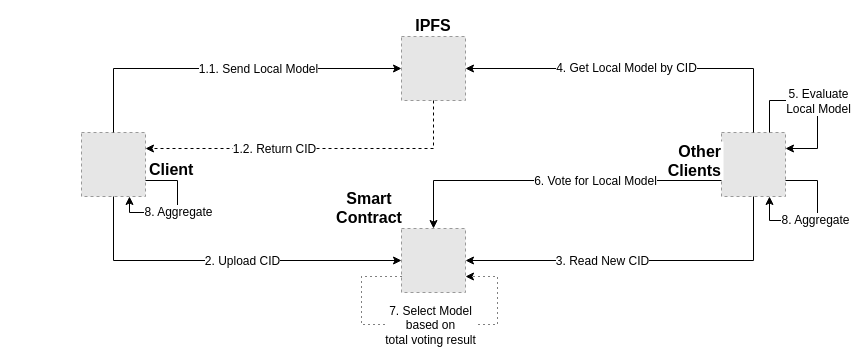
Earlier version of the draw.io diagram page "bcfl" (1 of 19) of .drawio (mducbg2000/crepe-dao). Source tidied: cells renumbered, new cells numbered last; positions are measured from the earlier drawing's top-left corner, leaving out a move shared by most shapes. Both pictures are drawn from the tidied source at 100%, with x=0, y=0 at pixel (81, 36). Pictures stored in the file or linked from it are replaced by grey dashed boxes.
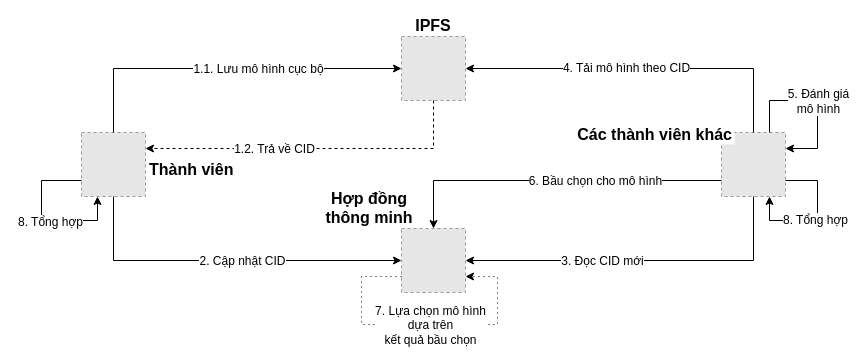
After the change.

Unchanged cells that the change refers to:
```xml
<mxCell id="6" style="endArrow=classic;html=1;rounded=0;exitX=0.5;exitY=0;exitDx=0;exitDy=0;entryX=0;entryY=0.5;entryDx=0;entryDy=0;" parent="1" edge="1" source="4" target="5">
  <mxGeometry relative="1" as="geometry">
    <Array as="points">
      <mxPoint x="32" y="32" />
    </Array>
  </mxGeometry>
</mxCell>
<mxCell id="8" style="endArrow=classic;html=1;rounded=0;entryX=1;entryY=0.25;entryDx=0;entryDy=0;exitX=0.5;exitY=1;exitDx=0;exitDy=0;dashed=1;" parent="1" edge="1" source="5" target="4">
  <mxGeometry relative="1" as="geometry">
    <Array as="points">
      <mxPoint x="352" y="112" />
    </Array>
  </mxGeometry>
</mxCell>
<mxCell id="10" style="endArrow=classic;html=1;rounded=0;exitX=0.5;exitY=1;exitDx=0;exitDy=0;entryX=0;entryY=0.5;entryDx=0;entryDy=0;" parent="1" edge="1" source="4" target="2">
  <mxGeometry relative="1" as="geometry">
    <Array as="points">
      <mxPoint x="32" y="224" />
    </Array>
  </mxGeometry>
</mxCell>
<mxCell id="12" style="endArrow=classic;html=1;rounded=0;exitX=0.5;exitY=1;exitDx=0;exitDy=0;entryX=1;entryY=0.5;entryDx=0;entryDy=0;" parent="1" edge="1" source="3" target="2">
  <mxGeometry relative="1" as="geometry">
    <Array as="points">
      <mxPoint x="672" y="224" />
    </Array>
  </mxGeometry>
</mxCell>
<mxCell id="14" style="endArrow=classic;html=1;rounded=0;entryX=1;entryY=0.5;entryDx=0;entryDy=0;exitX=0.5;exitY=0;exitDx=0;exitDy=0;" parent="1" edge="1" source="3" target="5">
  <mxGeometry relative="1" as="geometry">
    <Array as="points">
      <mxPoint x="672" y="32" />
    </Array>
  </mxGeometry>
</mxCell>
<mxCell id="16" style="endArrow=classic;html=1;rounded=0;exitX=0.75;exitY=0;exitDx=0;exitDy=0;entryX=1;entryY=0.25;entryDx=0;entryDy=0;" parent="1" edge="1" source="3" target="3">
  <mxGeometry relative="1" as="geometry">
    <Array as="points">
      <mxPoint x="688" y="64" />
      <mxPoint x="736" y="64" />
      <mxPoint x="736" y="112" />
    </Array>
  </mxGeometry>
</mxCell>
<mxCell id="18" style="endArrow=classic;html=1;rounded=0;entryX=0.5;entryY=0;entryDx=0;entryDy=0;exitX=0;exitY=0.75;exitDx=0;exitDy=0;" parent="1" edge="1" source="3" target="2">
  <mxGeometry relative="1" as="geometry">
    <Array as="points">
      <mxPoint x="352" y="144" />
    </Array>
  </mxGeometry>
</mxCell>
<mxCell id="20" style="endArrow=classic;html=1;rounded=0;exitX=0;exitY=0.75;exitDx=0;exitDy=0;entryX=1;entryY=0.75;entryDx=0;entryDy=0;dashed=1;dashPattern=1 4;" parent="1" edge="1" source="2" target="2">
  <mxGeometry relative="1" as="geometry">
    <Array as="points">
      <mxPoint x="280" y="240" />
      <mxPoint x="280" y="288" />
      <mxPoint x="416" y="288" />
      <mxPoint x="416" y="240" />
    </Array>
  </mxGeometry>
</mxCell>
<mxCell id="24" style="endArrow=classic;html=1;rounded=0;exitX=1;exitY=0.75;exitDx=0;exitDy=0;entryX=0.75;entryY=1;entryDx=0;entryDy=0;" parent="1" edge="1" source="3" target="3">
  <mxGeometry relative="1" as="geometry">
    <Array as="points">
      <mxPoint x="736" y="144" />
      <mxPoint x="736" y="184" />
      <mxPoint x="688" y="184" />
    </Array>
  </mxGeometry>
</mxCell>
```

The edit, as a diff of the source:
```diff
@@
-    <mxCell id="2" value="Smart &#10;Contract" style="fillColor=#E6E6E6;strokeColor=#999999;dashed=1;verticalLabelPosition=top;labelBackgroundColor=default;verticalAlign=bottom;labelPosition=left;align=center;fontStyle=1;fontSize=16;" parent="1" vertex="1">
+    <mxCell id="2" value="Hợp đồng&#10;thông minh" style="fillColor=#E6E6E6;strokeColor=#999999;dashed=1;verticalLabelPosition=top;labelBackgroundColor=default;verticalAlign=bottom;labelPosition=left;align=center;fontStyle=1;fontSize=16;" parent="1" vertex="1">
       <mxGeometry x="320" y="192" width="64" height="64" as="geometry" />
     </mxCell>
-    <mxCell id="3" value="Other &#10;Clients" style="fillColor=#E6E6E6;strokeColor=#999999;dashed=1;verticalLabelPosition=middle;labelBackgroundColor=default;verticalAlign=middle;labelPosition=left;align=right;spacing=0;fontStyle=1;fontSize=16;spacingBottom=10;spacingRight=0;spacingTop=0;" parent="1" vertex="1">
+    <mxCell id="3" value="Các thành viên khác" style="fillColor=#E6E6E6;strokeColor=#999999;dashed=1;verticalLabelPosition=top;labelBackgroundColor=default;verticalAlign=bottom;labelPosition=left;align=right;spacing=-11;fontStyle=1;fontSize=16;spacingBottom=0;spacingRight=0;spacingTop=0;" parent="1" vertex="1">
       <mxGeometry x="640" y="96" width="64" height="64" as="geometry" />
     </mxCell>
-    <mxCell id="4" value="Client" style="fillColor=#E6E6E6;strokeColor=#999999;dashed=1;verticalLabelPosition=middle;labelBackgroundColor=default;verticalAlign=middle;labelPosition=right;align=left;spacing=4;fontStyle=1;fontSize=16;spacingTop=8;" parent="1" vertex="1">
+    <mxCell id="4" value="Thành viên" style="fillColor=#E6E6E6;strokeColor=#999999;dashed=1;verticalLabelPosition=middle;labelBackgroundColor=default;verticalAlign=middle;labelPosition=right;align=left;spacing=4;fontStyle=1;fontSize=16;spacingTop=8;" parent="1" vertex="1">
       <mxGeometry y="96" width="64" height="64" as="geometry" />
     </mxCell>
@@
-    <mxCell id="7" value="1.1. Send Local Model" style="edgeLabel;html=1;align=center;verticalAlign=middle;fontSize=12;" parent="6" vertex="1">
+    <mxCell id="7" value="1.1. Lưu mô hình cục bộ" style="edgeLabel;html=1;align=center;verticalAlign=middle;fontSize=12;" parent="6" vertex="1">
       <mxGeometry x="0.3" y="-4" relative="1" as="geometry">
         <mxPoint x="-21" y="-4" as="offset" />
       </mxGeometry>
     </mxCell>
@@
-    <mxCell id="9" value="1.2. Return CID" style="edgeLabel;html=1;align=center;verticalAlign=middle;fontSize=12;" parent="8" vertex="1">
+    <mxCell id="9" value="1.2. Trả về CID" style="edgeLabel;html=1;align=center;verticalAlign=middle;fontSize=12;" parent="8" vertex="1">
       <mxGeometry x="0.05" y="-3" relative="1" as="geometry">
         <mxPoint x="-32" y="3" as="offset" />
       </mxGeometry>
     </mxCell>
@@
-    <mxCell id="11" value="2. Upload CID" style="edgeLabel;html=1;align=center;verticalAlign=middle;fontSize=12;" parent="10" vertex="1">
+    <mxCell id="11" value="2. Cập nhật CID" style="edgeLabel;html=1;align=center;verticalAlign=middle;fontSize=12;" parent="10" vertex="1">
       <mxGeometry x="-0.3" y="3" relative="1" as="geometry">
         <mxPoint x="69" y="3" as="offset" />
       </mxGeometry>
     </mxCell>
@@
-    <mxCell id="13" value="3. Read New CID" style="edgeLabel;html=1;align=center;verticalAlign=middle;fontSize=12;" parent="12" vertex="1">
+    <mxCell id="13" value="3. Đọc CID mới" style="edgeLabel;html=1;align=center;verticalAlign=middle;fontSize=12;" parent="12" vertex="1">
       <mxGeometry y="1" relative="1" as="geometry">
         <mxPoint x="-40" y="-1" as="offset" />
       </mxGeometry>
     </mxCell>
@@
-    <mxCell id="15" value="4. Get Local Model by CID" style="edgeLabel;html=1;align=center;verticalAlign=middle;fontSize=12;" parent="14" vertex="1">
+    <mxCell id="15" value="4. Tải mô hình theo CID" style="edgeLabel;html=1;align=center;verticalAlign=middle;fontSize=12;" parent="14" vertex="1">
       <mxGeometry x="0.09" y="-1" relative="1" as="geometry" />
     </mxCell>
@@
-    <mxCell id="17" value="5. Evaluate &lt;br style=&quot;font-size: 12px;&quot;&gt;Local Model" style="edgeLabel;html=1;align=center;verticalAlign=middle;fontSize=12;" parent="16" vertex="1">
+    <mxCell id="17" value="5. Đánh giá &lt;br&gt;mô hình" style="edgeLabel;html=1;align=center;verticalAlign=middle;fontSize=12;" parent="16" vertex="1">
       <mxGeometry x="-0.16" y="1" relative="1" as="geometry">
         <mxPoint x="13" y="1" as="offset" />
       </mxGeometry>
     </mxCell>
@@
-    <mxCell id="19" value="6. Vote for Local Model" style="edgeLabel;html=1;align=center;verticalAlign=middle;fontSize=12;" parent="18" vertex="1">
+    <mxCell id="19" value="6. Bầu chọn cho mô hình" style="edgeLabel;html=1;align=center;verticalAlign=middle;fontSize=12;" parent="18" vertex="1">
       <mxGeometry x="0.18" y="1" relative="1" as="geometry">
         <mxPoint x="71" y="-1" as="offset" />
       </mxGeometry>
     </mxCell>
@@
-    <mxCell id="21" value="7. Select Model &lt;br style=&quot;font-size: 12px;&quot;&gt;based on &lt;br style=&quot;font-size: 12px;&quot;&gt;total voting result" style="edgeLabel;html=1;align=center;verticalAlign=middle;fontSize=12;" parent="20" vertex="1">
+    <mxCell id="21" value="7. Lựa chọn mô hình&lt;br&gt;dựa trên &lt;br&gt;kết quả bầu chọn" style="edgeLabel;html=1;align=center;verticalAlign=middle;fontSize=12;" parent="20" vertex="1">
       <mxGeometry x="0.07" y="-2" relative="1" as="geometry">
         <mxPoint x="-7" y="-2" as="offset" />
       </mxGeometry>
     </mxCell>
-    <mxCell id="22" style="endArrow=classic;html=1;rounded=0;exitX=1;exitY=0.75;exitDx=0;exitDy=0;entryX=0.75;entryY=1;entryDx=0;entryDy=0;" parent="1" edge="1" source="4" target="4">
+    <mxCell id="22" style="endArrow=classic;html=1;rounded=0;exitX=0;exitY=0.75;exitDx=0;exitDy=0;entryX=0.25;entryY=1;entryDx=0;entryDy=0;" parent="1" edge="1" source="4" target="4">
       <mxGeometry relative="1" as="geometry">
         <Array as="points">
-          <mxPoint x="96" y="144" />
-          <mxPoint x="96" y="176" />
-          <mxPoint x="48" y="176" />
+          <mxPoint x="-40" y="144" />
+          <mxPoint x="-40" y="184" />
+          <mxPoint x="16" y="184" />
         </Array>
       </mxGeometry>
     </mxCell>
-    <mxCell id="23" value="8. Aggregate" style="edgeLabel;html=1;align=center;verticalAlign=middle;fontSize=12;" parent="22" vertex="1">
+    <mxCell id="23" value="8. Tổng hợp" style="edgeLabel;html=1;align=center;verticalAlign=middle;fontSize=12;" parent="22" vertex="1">
       <mxGeometry x="0.3" y="-1" relative="1" as="geometry">
-        <mxPoint x="19" as="offset" />
+        <mxPoint x="-16" as="offset" />
       </mxGeometry>
     </mxCell>
@@
-    <mxCell id="25" value="8. Aggregate" style="edgeLabel;html=1;align=center;verticalAlign=middle;fontSize=12;" parent="24" vertex="1">
+    <mxCell id="25" value="8. Tổng hợp" style="edgeLabel;html=1;align=center;verticalAlign=middle;fontSize=12;" parent="24" vertex="1">
       <mxGeometry x="0.3" y="-1" relative="1" as="geometry">
         <mxPoint x="19" as="offset" />
       </mxGeometry>
     </mxCell>
```
